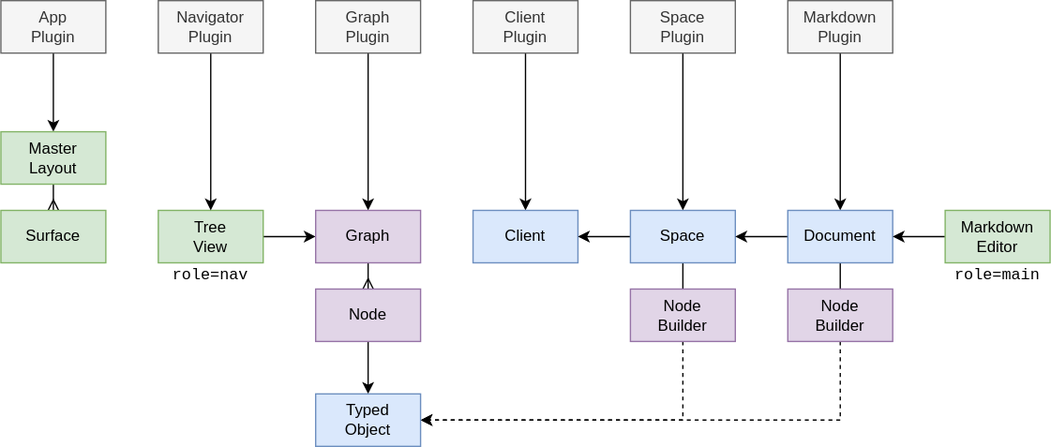
This is docs/docs/design/diagrams/plugins.drawio.svg from dxos/dxos, a draw.io export, as it was before one commit. Source tidied: cells renumbered, new cells last; positions are measured from the earlier drawing's top-left corner, leaving out a move shared by most shapes. The source it was exported from:
```xml
<mxGraphModel>
  <root>
    <mxCell id="0" />
    <mxCell id="1" parent="0" />
    <mxCell id="2" style="edgeStyle=none;html=1;exitX=0.5;exitY=1;exitDx=0;exitDy=0;" parent="1" edge="1" source="3" target="9">
      <mxGeometry relative="1" as="geometry" />
    </mxCell>
    <mxCell id="3" value="App&lt;br&gt;Plugin" style="rounded=0;whiteSpace=wrap;html=1;fillColor=#f5f5f5;fontColor=#333333;strokeColor=#666666;" parent="1" vertex="1">
      <mxGeometry width="80" height="40" as="geometry" />
    </mxCell>
    <mxCell id="4" style="edgeStyle=none;html=1;" parent="1" edge="1" source="5" target="14">
      <mxGeometry relative="1" as="geometry" />
    </mxCell>
    <mxCell id="5" value="Tree&lt;br&gt;View" style="rounded=0;whiteSpace=wrap;html=1;fillColor=#d5e8d4;strokeColor=#82b366;" parent="1" vertex="1">
      <mxGeometry x="120" y="160" width="80" height="40" as="geometry" />
    </mxCell>
    <mxCell id="6" style="edgeStyle=none;html=1;exitX=0.5;exitY=1;exitDx=0;exitDy=0;endArrow=classic;endFill=1;" parent="1" edge="1" source="7" target="14">
      <mxGeometry relative="1" as="geometry" />
    </mxCell>
    <mxCell id="7" value="Graph&lt;br&gt;Plugin" style="rounded=0;whiteSpace=wrap;html=1;fillColor=#f5f5f5;fontColor=#333333;strokeColor=#666666;" parent="1" vertex="1">
      <mxGeometry x="240" width="80" height="40" as="geometry" />
    </mxCell>
    <mxCell id="8" style="edgeStyle=none;html=1;exitX=0.5;exitY=1;exitDx=0;exitDy=0;endArrow=ERmany;endFill=0;" parent="1" edge="1" source="9" target="10">
      <mxGeometry relative="1" as="geometry" />
    </mxCell>
    <mxCell id="9" value="Master&lt;br&gt;Layout" style="rounded=0;whiteSpace=wrap;html=1;fillColor=#d5e8d4;strokeColor=#82b366;" parent="1" vertex="1">
      <mxGeometry y="100" width="80" height="40" as="geometry" />
    </mxCell>
    <mxCell id="10" value="Surface" style="rounded=0;whiteSpace=wrap;html=1;fillColor=#d5e8d4;strokeColor=#82b366;" parent="1" vertex="1">
      <mxGeometry y="160" width="80" height="40" as="geometry" />
    </mxCell>
    <mxCell id="11" style="edgeStyle=none;html=1;exitX=0.5;exitY=1;exitDx=0;exitDy=0;endArrow=classic;endFill=1;" parent="1" edge="1" source="12" target="5">
      <mxGeometry relative="1" as="geometry" />
    </mxCell>
    <mxCell id="12" value="Navigator&lt;br&gt;Plugin" style="rounded=0;whiteSpace=wrap;html=1;fillColor=#f5f5f5;fontColor=#333333;strokeColor=#666666;" parent="1" vertex="1">
      <mxGeometry x="120" width="80" height="40" as="geometry" />
    </mxCell>
    <mxCell id="13" style="edgeStyle=none;html=1;exitX=0.5;exitY=1;exitDx=0;exitDy=0;endArrow=ERmany;endFill=0;" parent="1" edge="1" source="14" target="25">
      <mxGeometry relative="1" as="geometry" />
    </mxCell>
    <mxCell id="14" value="Graph" style="rounded=0;whiteSpace=wrap;html=1;fillColor=#e1d5e7;strokeColor=#9673a6;" parent="1" vertex="1">
      <mxGeometry x="240" y="160" width="80" height="40" as="geometry" />
    </mxCell>
    <mxCell id="15" style="edgeStyle=none;html=1;exitX=0.5;exitY=1;exitDx=0;exitDy=0;endArrow=classic;endFill=1;" parent="1" edge="1" source="16" target="23">
      <mxGeometry relative="1" as="geometry" />
    </mxCell>
    <mxCell id="16" value="Space&lt;br&gt;Plugin" style="rounded=0;whiteSpace=wrap;html=1;fillColor=#f5f5f5;fontColor=#333333;strokeColor=#666666;" parent="1" vertex="1">
      <mxGeometry x="480" width="80" height="40" as="geometry" />
    </mxCell>
    <mxCell id="17" style="edgeStyle=none;html=1;exitX=0.5;exitY=1;exitDx=0;exitDy=0;endArrow=classic;endFill=1;" parent="1" edge="1" source="18" target="19">
      <mxGeometry relative="1" as="geometry" />
    </mxCell>
    <mxCell id="18" value="Client&lt;br&gt;Plugin" style="rounded=0;whiteSpace=wrap;html=1;fillColor=#f5f5f5;fontColor=#333333;strokeColor=#666666;" parent="1" vertex="1">
      <mxGeometry x="360" width="80" height="40" as="geometry" />
    </mxCell>
    <mxCell id="19" value="Client" style="rounded=0;whiteSpace=wrap;html=1;fillColor=#dae8fc;strokeColor=#6c8ebf;" parent="1" vertex="1">
      <mxGeometry x="360" y="160" width="80" height="40" as="geometry" />
    </mxCell>
    <mxCell id="20" style="edgeStyle=none;html=1;endArrow=classic;endFill=1;rounded=0;dashed=1;" parent="1" edge="1" source="34" target="32">
      <mxGeometry relative="1" as="geometry">
        <Array as="points">
          <mxPoint x="520" y="320" />
        </Array>
      </mxGeometry>
    </mxCell>
    <mxCell id="21" style="edgeStyle=none;html=1;exitX=0;exitY=0.5;exitDx=0;exitDy=0;endArrow=classic;endFill=1;" parent="1" edge="1" source="23" target="19">
      <mxGeometry relative="1" as="geometry" />
    </mxCell>
    <mxCell id="22" style="edgeStyle=none;html=1;exitX=0.5;exitY=1;exitDx=0;exitDy=0;entryX=0.5;entryY=0;entryDx=0;entryDy=0;fontFamily=Courier New;endArrow=none;endFill=0;" parent="1" edge="1" source="23" target="34">
      <mxGeometry relative="1" as="geometry" />
    </mxCell>
    <mxCell id="23" value="Space" style="rounded=0;whiteSpace=wrap;html=1;fillColor=#dae8fc;strokeColor=#6c8ebf;" parent="1" vertex="1">
      <mxGeometry x="480" y="160" width="80" height="40" as="geometry" />
    </mxCell>
    <mxCell id="24" style="edgeStyle=none;html=1;exitX=0.5;exitY=1;exitDx=0;exitDy=0;endArrow=classic;endFill=1;" parent="1" edge="1" source="25" target="32">
      <mxGeometry relative="1" as="geometry" />
    </mxCell>
    <mxCell id="25" value="Node" style="rounded=0;whiteSpace=wrap;html=1;fillColor=#e1d5e7;strokeColor=#9673a6;" parent="1" vertex="1">
      <mxGeometry x="240" y="220" width="80" height="40" as="geometry" />
    </mxCell>
    <mxCell id="26" style="edgeStyle=none;html=1;exitX=0.5;exitY=1;exitDx=0;exitDy=0;endArrow=classic;endFill=1;" parent="1" edge="1" source="27" target="31">
      <mxGeometry relative="1" as="geometry" />
    </mxCell>
    <mxCell id="27" value="Markdown&lt;br&gt;Plugin" style="rounded=0;whiteSpace=wrap;html=1;fillColor=#f5f5f5;fontColor=#333333;strokeColor=#666666;" parent="1" vertex="1">
      <mxGeometry x="600" width="80" height="40" as="geometry" />
    </mxCell>
    <mxCell id="28" style="edgeStyle=none;html=1;endArrow=classic;endFill=1;rounded=0;dashed=1;" parent="1" edge="1" source="35" target="32">
      <mxGeometry relative="1" as="geometry">
        <Array as="points">
          <mxPoint x="640" y="320" />
        </Array>
      </mxGeometry>
    </mxCell>
    <mxCell id="29" style="edgeStyle=none;html=1;exitX=0;exitY=0.5;exitDx=0;exitDy=0;endArrow=classic;endFill=1;" parent="1" edge="1" source="31" target="23">
      <mxGeometry relative="1" as="geometry" />
    </mxCell>
    <mxCell id="30" style="edgeStyle=none;html=1;exitX=0.5;exitY=1;exitDx=0;exitDy=0;fontFamily=Courier New;endArrow=none;endFill=0;" parent="1" edge="1" source="31" target="35">
      <mxGeometry relative="1" as="geometry" />
    </mxCell>
    <mxCell id="31" value="Document" style="rounded=0;whiteSpace=wrap;html=1;fillColor=#dae8fc;strokeColor=#6c8ebf;" parent="1" vertex="1">
      <mxGeometry x="600" y="160" width="80" height="40" as="geometry" />
    </mxCell>
    <mxCell id="32" value="Typed&lt;br&gt;Object" style="rounded=0;whiteSpace=wrap;html=1;fillColor=#dae8fc;strokeColor=#6c8ebf;" parent="1" vertex="1">
      <mxGeometry x="240" y="300" width="80" height="40" as="geometry" />
    </mxCell>
    <mxCell id="33" value="role=nav" style="rounded=0;whiteSpace=wrap;html=1;fillColor=none;strokeColor=none;fontFamily=Courier New;" parent="1" vertex="1">
      <mxGeometry x="120" y="200" width="80" height="20" as="geometry" />
    </mxCell>
    <mxCell id="34" value="Node&lt;br&gt;Builder" style="rounded=0;whiteSpace=wrap;html=1;fillColor=#e1d5e7;strokeColor=#9673a6;" parent="1" vertex="1">
      <mxGeometry x="480" y="220" width="80" height="40" as="geometry" />
    </mxCell>
    <mxCell id="35" value="Node&lt;br&gt;Builder" style="rounded=0;whiteSpace=wrap;html=1;fillColor=#e1d5e7;strokeColor=#9673a6;" parent="1" vertex="1">
      <mxGeometry x="600" y="220" width="80" height="40" as="geometry" />
    </mxCell>
    <mxCell id="36" style="edgeStyle=none;rounded=0;html=1;exitX=0;exitY=0.5;exitDx=0;exitDy=0;fontFamily=Courier New;endArrow=classic;endFill=1;" parent="1" edge="1" source="37" target="31">
      <mxGeometry relative="1" as="geometry" />
    </mxCell>
    <mxCell id="37" value="Markdown&lt;br&gt;Editor" style="rounded=0;whiteSpace=wrap;html=1;fillColor=#d5e8d4;strokeColor=#82b366;" parent="1" vertex="1">
      <mxGeometry x="720" y="160" width="80" height="40" as="geometry" />
    </mxCell>
    <mxCell id="38" value="role=main" style="rounded=0;whiteSpace=wrap;html=1;fillColor=none;strokeColor=none;fontFamily=Courier New;" parent="1" vertex="1">
      <mxGeometry x="720" y="200" width="80" height="20" as="geometry" />
    </mxCell>
  </root>
</mxGraphModel>
```
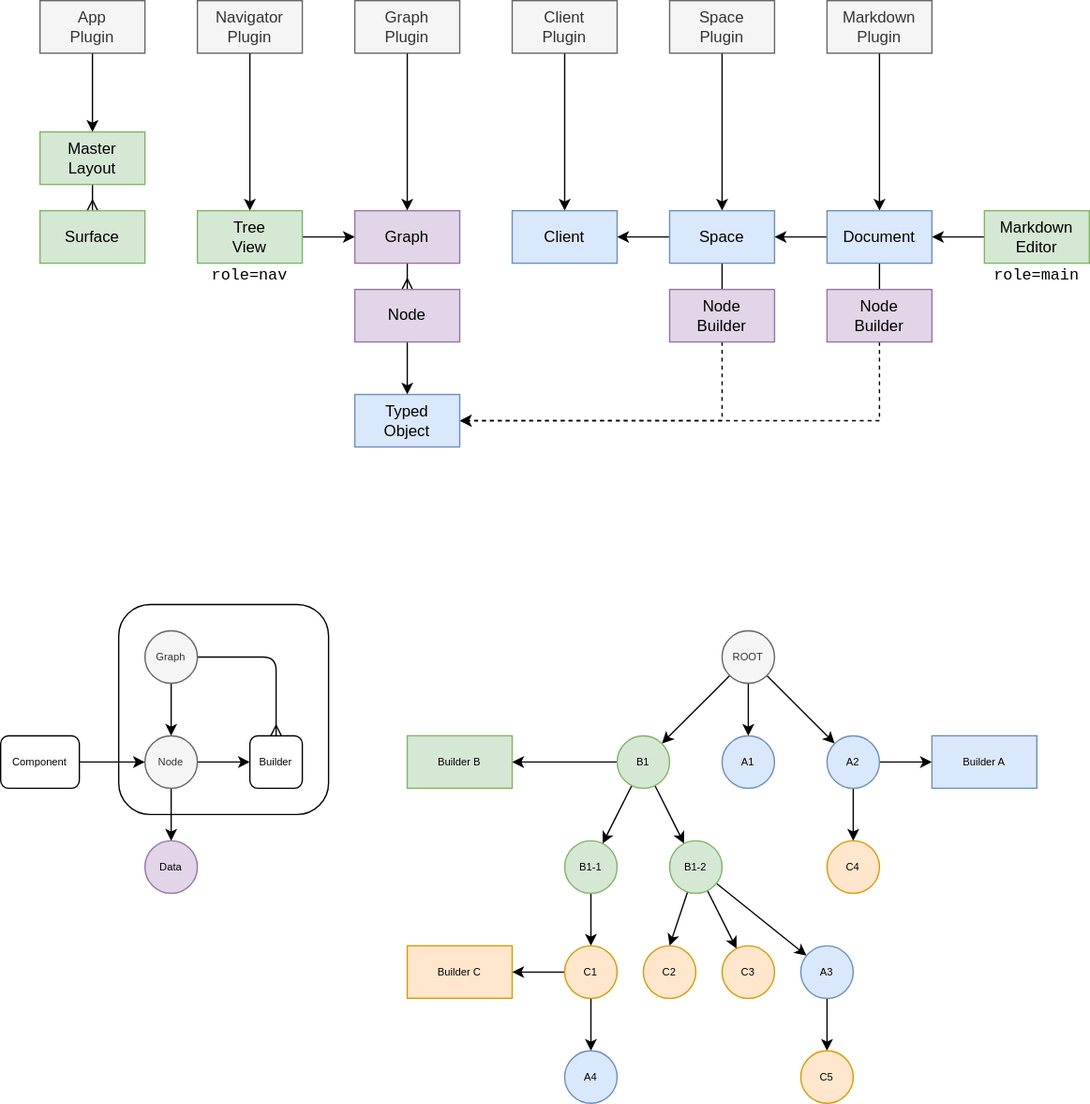
The same file after the commit.

The edit, as a diff of the source:
```diff
@@ -2,6 +2,9 @@
   <root>
     <mxCell id="0" />
     <mxCell id="1" parent="0" />
+    <mxCell id="39" style="rounded=1;whiteSpace=wrap;html=1;fontSize=8;" parent="1" vertex="1">
+      <mxGeometry x="60" y="460" width="160" height="160" as="geometry" />
+    </mxCell>
     <mxCell id="2" style="edgeStyle=none;html=1;exitX=0.5;exitY=1;exitDx=0;exitDy=0;" parent="1" edge="1" source="3" target="9">
       <mxGeometry relative="1" as="geometry" />
     </mxCell>
@@ -121,5 +124,132 @@
     <mxCell id="38" value="role=main" style="rounded=0;whiteSpace=wrap;html=1;fillColor=none;strokeColor=none;fontFamily=Courier New;" parent="1" vertex="1">
       <mxGeometry x="720" y="200" width="80" height="20" as="geometry" />
     </mxCell>
+    <mxCell id="40" style="edgeStyle=none;html=1;fontSize=8;" parent="1" edge="1" source="43" target="44">
+      <mxGeometry relative="1" as="geometry" />
+    </mxCell>
+    <mxCell id="41" style="edgeStyle=none;html=1;fontSize=8;" parent="1" edge="1" source="43" target="47">
+      <mxGeometry relative="1" as="geometry" />
+    </mxCell>
+    <mxCell id="42" style="edgeStyle=none;html=1;fontSize=8;" parent="1" edge="1" source="43" target="52">
+      <mxGeometry relative="1" as="geometry" />
+    </mxCell>
+    <mxCell id="43" value="ROOT" style="ellipse;whiteSpace=wrap;html=1;fontSize=8;fillColor=#f5f5f5;strokeColor=#666666;fontColor=#333333;" parent="1" vertex="1">
+      <mxGeometry x="520" y="480" width="40" height="40" as="geometry" />
+    </mxCell>
+    <mxCell id="44" value="A1" style="ellipse;whiteSpace=wrap;html=1;fontSize=8;fillColor=#dae8fc;strokeColor=#6c8ebf;" parent="1" vertex="1">
+      <mxGeometry x="520" y="560" width="40" height="40" as="geometry" />
+    </mxCell>
+    <mxCell id="45" style="edgeStyle=none;html=1;exitX=1;exitY=0.5;exitDx=0;exitDy=0;fontSize=8;" parent="1" edge="1" source="47" target="48">
+      <mxGeometry relative="1" as="geometry" />
+    </mxCell>
+    <mxCell id="46" style="edgeStyle=none;html=1;exitX=0.5;exitY=1;exitDx=0;exitDy=0;entryX=0.5;entryY=0;entryDx=0;entryDy=0;fontSize=8;" parent="1" edge="1" source="47" target="68">
+      <mxGeometry relative="1" as="geometry" />
+    </mxCell>
+    <mxCell id="47" value="A2" style="ellipse;whiteSpace=wrap;html=1;fontSize=8;fillColor=#dae8fc;strokeColor=#6c8ebf;" parent="1" vertex="1">
+      <mxGeometry x="600" y="560" width="40" height="40" as="geometry" />
+    </mxCell>
+    <mxCell id="48" value="Builder A" style="rounded=0;whiteSpace=wrap;html=1;fontSize=8;fillColor=#dae8fc;strokeColor=#6c8ebf;" parent="1" vertex="1">
+      <mxGeometry x="680" y="560" width="80" height="40" as="geometry" />
+    </mxCell>
+    <mxCell id="49" style="edgeStyle=none;html=1;exitX=0;exitY=0.5;exitDx=0;exitDy=0;fontSize=8;" parent="1" edge="1" source="52" target="53">
+      <mxGeometry relative="1" as="geometry" />
+    </mxCell>
+    <mxCell id="50" style="edgeStyle=none;html=1;fontSize=8;" parent="1" edge="1" source="52" target="55">
+      <mxGeometry relative="1" as="geometry" />
+    </mxCell>
+    <mxCell id="51" style="edgeStyle=none;html=1;fontSize=8;" parent="1" edge="1" source="52" target="59">
+      <mxGeometry relative="1" as="geometry" />
+    </mxCell>
+    <mxCell id="52" value="B1" style="ellipse;whiteSpace=wrap;html=1;fontSize=8;fillColor=#d5e8d4;strokeColor=#82b366;" parent="1" vertex="1">
+      <mxGeometry x="440" y="560" width="40" height="40" as="geometry" />
+    </mxCell>
+    <mxCell id="53" value="Builder B" style="rounded=0;whiteSpace=wrap;html=1;fontSize=8;fillColor=#d5e8d4;strokeColor=#82b366;" parent="1" vertex="1">
+      <mxGeometry x="280" y="560" width="80" height="40" as="geometry" />
+    </mxCell>
+    <mxCell id="54" style="edgeStyle=none;html=1;exitX=0.5;exitY=1;exitDx=0;exitDy=0;entryX=0.5;entryY=0;entryDx=0;entryDy=0;fontSize=8;" parent="1" edge="1" source="55" target="65">
+      <mxGeometry relative="1" as="geometry" />
+    </mxCell>
+    <mxCell id="55" value="B1-1" style="ellipse;whiteSpace=wrap;html=1;fontSize=8;fillColor=#d5e8d4;strokeColor=#82b366;" parent="1" vertex="1">
+      <mxGeometry x="400" y="640" width="40" height="40" as="geometry" />
+    </mxCell>
+    <mxCell id="56" style="edgeStyle=none;html=1;entryX=0.5;entryY=0;entryDx=0;entryDy=0;fontSize=8;" parent="1" edge="1" source="59" target="66">
+      <mxGeometry relative="1" as="geometry" />
+    </mxCell>
+    <mxCell id="57" style="edgeStyle=none;html=1;fontSize=8;" parent="1" edge="1" source="59" target="67">
+      <mxGeometry relative="1" as="geometry" />
+    </mxCell>
+    <mxCell id="58" style="edgeStyle=none;html=1;fontSize=8;" parent="1" edge="1" source="59" target="62">
+      <mxGeometry relative="1" as="geometry" />
+    </mxCell>
+    <mxCell id="59" value="B1-2" style="ellipse;whiteSpace=wrap;html=1;fontSize=8;fillColor=#d5e8d4;strokeColor=#82b366;" parent="1" vertex="1">
+      <mxGeometry x="480" y="640" width="40" height="40" as="geometry" />
+    </mxCell>
+    <mxCell id="60" value="Builder C" style="rounded=0;whiteSpace=wrap;html=1;fontSize=8;fillColor=#ffe6cc;strokeColor=#d79b00;" parent="1" vertex="1">
+      <mxGeometry x="280" y="720" width="80" height="40" as="geometry" />
+    </mxCell>
+    <mxCell id="61" style="edgeStyle=none;html=1;exitX=0.5;exitY=1;exitDx=0;exitDy=0;fontSize=8;" parent="1" edge="1" source="62" target="69">
+      <mxGeometry relative="1" as="geometry" />
+    </mxCell>
+    <mxCell id="62" value="A3" style="ellipse;whiteSpace=wrap;html=1;fontSize=8;fillColor=#dae8fc;strokeColor=#6c8ebf;" parent="1" vertex="1">
+      <mxGeometry x="580" y="720" width="40" height="40" as="geometry" />
+    </mxCell>
+    <mxCell id="63" style="edgeStyle=none;html=1;exitX=0;exitY=0.5;exitDx=0;exitDy=0;fontSize=8;" parent="1" edge="1" source="65" target="60">
+      <mxGeometry relative="1" as="geometry" />
+    </mxCell>
+    <mxCell id="64" style="edgeStyle=none;html=1;exitX=0.5;exitY=1;exitDx=0;exitDy=0;entryX=0.5;entryY=0;entryDx=0;entryDy=0;fontSize=8;" parent="1" edge="1" source="65" target="70">
+      <mxGeometry relative="1" as="geometry" />
+    </mxCell>
+    <mxCell id="65" value="C1" style="ellipse;whiteSpace=wrap;html=1;fontSize=8;fillColor=#ffe6cc;strokeColor=#d79b00;" parent="1" vertex="1">
+      <mxGeometry x="400" y="720" width="40" height="40" as="geometry" />
+    </mxCell>
+    <mxCell id="66" value="C2" style="ellipse;whiteSpace=wrap;html=1;fontSize=8;fillColor=#ffe6cc;strokeColor=#d79b00;" parent="1" vertex="1">
+      <mxGeometry x="460" y="720" width="40" height="40" as="geometry" />
+    </mxCell>
+    <mxCell id="67" value="C3" style="ellipse;whiteSpace=wrap;html=1;fontSize=8;fillColor=#ffe6cc;strokeColor=#d79b00;" parent="1" vertex="1">
+      <mxGeometry x="520" y="720" width="40" height="40" as="geometry" />
+    </mxCell>
+    <mxCell id="68" value="C4" style="ellipse;whiteSpace=wrap;html=1;fontSize=8;fillColor=#ffe6cc;strokeColor=#d79b00;" parent="1" vertex="1">
+      <mxGeometry x="600" y="640" width="40" height="40" as="geometry" />
+    </mxCell>
+    <mxCell id="69" value="C5" style="ellipse;whiteSpace=wrap;html=1;fontSize=8;fillColor=#ffe6cc;strokeColor=#d79b00;" parent="1" vertex="1">
+      <mxGeometry x="580" y="800" width="40" height="40" as="geometry" />
+    </mxCell>
+    <mxCell id="70" value="A4" style="ellipse;whiteSpace=wrap;html=1;fontSize=8;fillColor=#dae8fc;strokeColor=#6c8ebf;" parent="1" vertex="1">
+      <mxGeometry x="400" y="800" width="40" height="40" as="geometry" />
+    </mxCell>
+    <mxCell id="71" style="edgeStyle=none;html=1;exitX=0.5;exitY=1;exitDx=0;exitDy=0;fontSize=8;" parent="1" edge="1" source="73" target="76">
+      <mxGeometry relative="1" as="geometry" />
+    </mxCell>
+    <mxCell id="72" style="edgeStyle=none;html=1;exitX=1;exitY=0.5;exitDx=0;exitDy=0;entryX=0.5;entryY=0;entryDx=0;entryDy=0;fontSize=8;endArrow=ERmany;endFill=0;" parent="1" edge="1" source="73" target="80">
+      <mxGeometry relative="1" as="geometry">
+        <Array as="points">
+          <mxPoint x="180" y="500" />
+        </Array>
+      </mxGeometry>
+    </mxCell>
+    <mxCell id="73" value="Graph" style="ellipse;whiteSpace=wrap;html=1;fontSize=8;fillColor=#f5f5f5;strokeColor=#666666;fontColor=#333333;" parent="1" vertex="1">
+      <mxGeometry x="80" y="480" width="40" height="40" as="geometry" />
+    </mxCell>
+    <mxCell id="74" style="edgeStyle=none;html=1;exitX=0.5;exitY=1;exitDx=0;exitDy=0;fontSize=8;" parent="1" edge="1" source="76" target="77">
+      <mxGeometry relative="1" as="geometry" />
+    </mxCell>
+    <mxCell id="75" style="edgeStyle=none;html=1;exitX=1;exitY=0.5;exitDx=0;exitDy=0;fontSize=8;" parent="1" edge="1" source="76" target="80">
+      <mxGeometry relative="1" as="geometry" />
+    </mxCell>
+    <mxCell id="76" value="Node" style="ellipse;whiteSpace=wrap;html=1;fontSize=8;fillColor=#f5f5f5;strokeColor=#666666;fontColor=#333333;" parent="1" vertex="1">
+      <mxGeometry x="80" y="560" width="40" height="40" as="geometry" />
+    </mxCell>
+    <mxCell id="77" value="Data" style="ellipse;whiteSpace=wrap;html=1;fontSize=8;fillColor=#e1d5e7;strokeColor=#9673a6;" parent="1" vertex="1">
+      <mxGeometry x="80" y="640" width="40" height="40" as="geometry" />
+    </mxCell>
+    <mxCell id="78" style="edgeStyle=none;html=1;exitX=1;exitY=0.5;exitDx=0;exitDy=0;fontSize=8;" parent="1" edge="1" source="79" target="76">
+      <mxGeometry relative="1" as="geometry" />
+    </mxCell>
+    <mxCell id="79" value="Component" style="rounded=1;whiteSpace=wrap;html=1;fontSize=8;" parent="1" vertex="1">
+      <mxGeometry x="-30" y="560" width="60" height="40" as="geometry" />
+    </mxCell>
+    <mxCell id="80" value="Builder" style="rounded=1;whiteSpace=wrap;html=1;fontSize=8;" parent="1" vertex="1">
+      <mxGeometry x="160" y="560" width="40" height="40" as="geometry" />
+    </mxCell>
   </root>
 </mxGraphModel>
```
